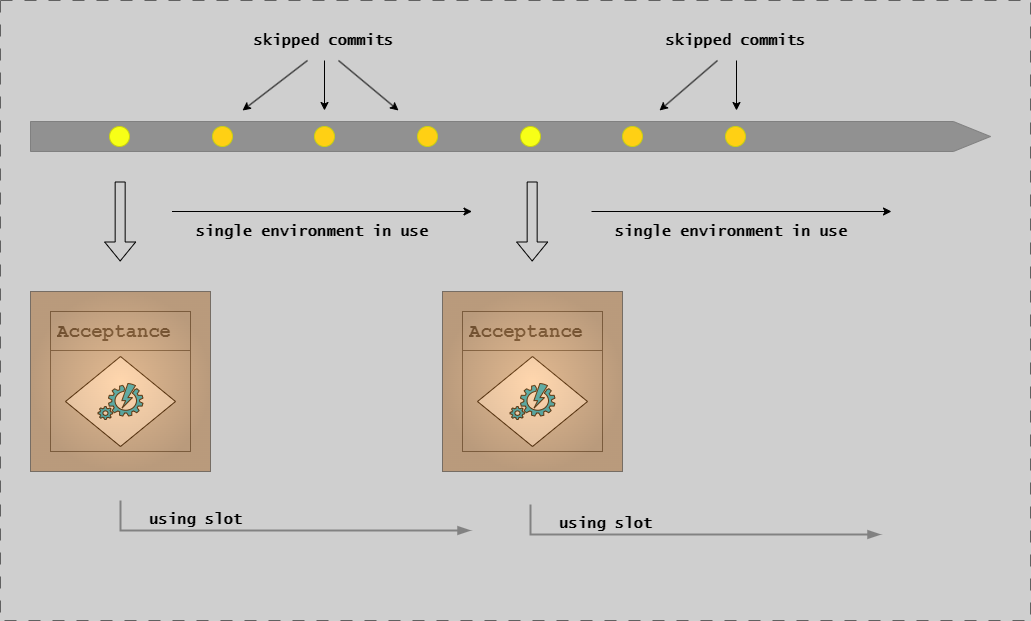
Above: docs/assets/cd-model/acceptance-single-entry.drawio.png in ready-to-release/eac (draw.io), before the change. Source tidied: cells renumbered, new cells last; positions are measured from the earlier drawing's top-left corner, leaving out a move shared by most shapes.
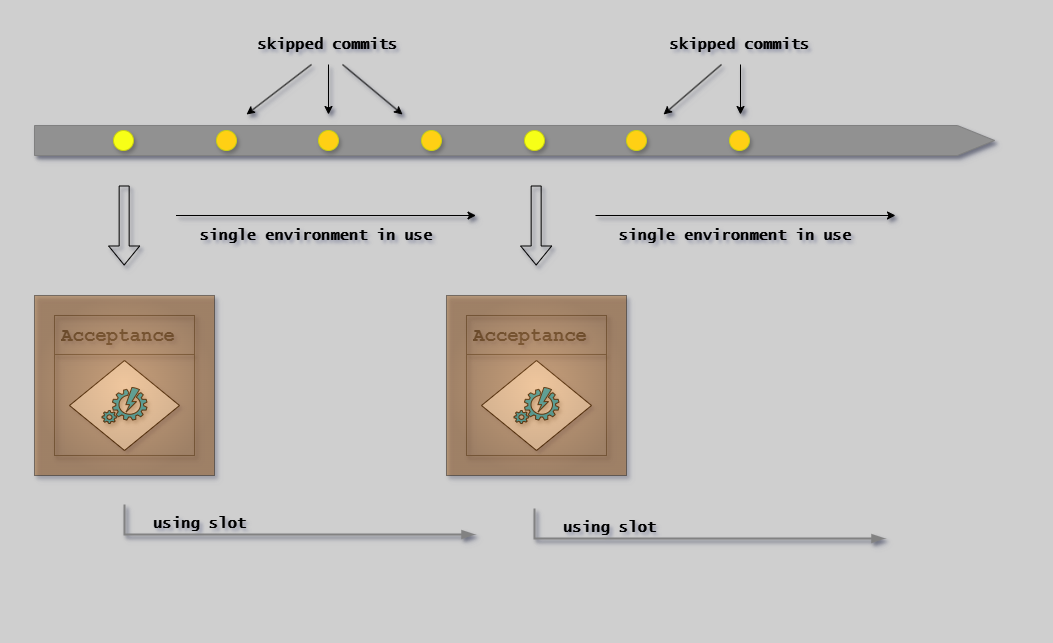
The same file after the commit.

Diff of the diagram source:
```diff
@@ -1,155 +1,155 @@
-<mxGraphModel background="#CFCFCF">
+<mxGraphModel background="#CFCFCF" shadow="1">
   <root>
     <mxCell id="0" />
     <mxCell id="1" parent="0" />
-    <mxCell id="2" style="group;strokeColor=#616161;dashed=1;dashPattern=12 12;" parent="1" vertex="1">
+    <mxCell id="2" style="group;strokeColor=none;dashed=1;dashPattern=12 12;shadow=1;" parent="1" vertex="1">
       <mxGeometry width="1030" height="620" as="geometry" />
     </mxCell>
-    <mxCell id="3" style="shape=singleArrow;whiteSpace=wrap;html=1;arrowWidth=1;arrowSize=0.03868852459016379;fillColor=#919191;strokeColor=#808080;" parent="1" vertex="1">
+    <mxCell id="3" style="shape=singleArrow;whiteSpace=wrap;html=1;arrowWidth=1;arrowSize=0.03868852459016379;fillColor=#919191;strokeColor=#808080;shadow=1;" parent="1" vertex="1">
       <mxGeometry x="30" y="121" width="960" height="30" as="geometry" />
     </mxCell>
-    <mxCell id="4" style="ellipse;whiteSpace=wrap;html=1;fillColor=#F7FF17;strokeColor=#C8CF13;flipH=1;" parent="1" vertex="1">
+    <mxCell id="4" style="ellipse;whiteSpace=wrap;html=1;fillColor=#F7FF17;strokeColor=#C8CF13;flipH=1;shadow=1;" parent="1" vertex="1">
       <mxGeometry x="109" y="126" width="20" height="20" as="geometry" />
     </mxCell>
-    <mxCell id="5" style="ellipse;whiteSpace=wrap;html=1;fillColor=#FFD014;strokeColor=#C8CF13;flipH=1;" parent="1" vertex="1">
+    <mxCell id="5" style="ellipse;whiteSpace=wrap;html=1;fillColor=#FFD014;strokeColor=#C8CF13;flipH=1;shadow=1;" parent="1" vertex="1">
       <mxGeometry x="212" y="126" width="20" height="20" as="geometry" />
     </mxCell>
-    <mxCell id="6" style="ellipse;whiteSpace=wrap;html=1;fillColor=#FFD014;strokeColor=#C8CF13;flipH=1;" parent="1" vertex="1">
+    <mxCell id="6" style="ellipse;whiteSpace=wrap;html=1;fillColor=#FFD014;strokeColor=#C8CF13;flipH=1;shadow=1;" parent="1" vertex="1">
       <mxGeometry x="314" y="126" width="20" height="20" as="geometry" />
     </mxCell>
-    <mxCell id="7" style="ellipse;whiteSpace=wrap;html=1;fillColor=#FFD014;strokeColor=#C8CF13;flipH=1;" parent="1" vertex="1">
+    <mxCell id="7" style="ellipse;whiteSpace=wrap;html=1;fillColor=#FFD014;strokeColor=#C8CF13;flipH=1;shadow=1;" parent="1" vertex="1">
       <mxGeometry x="417" y="126" width="20" height="20" as="geometry" />
     </mxCell>
-    <mxCell id="8" style="ellipse;whiteSpace=wrap;html=1;fillColor=#F7FF17;strokeColor=#C8CF13;flipH=1;" parent="1" vertex="1">
+    <mxCell id="8" style="ellipse;whiteSpace=wrap;html=1;fillColor=#F7FF17;strokeColor=#C8CF13;flipH=1;shadow=1;" parent="1" vertex="1">
       <mxGeometry x="520" y="126" width="20" height="20" as="geometry" />
     </mxCell>
-    <mxCell id="9" style="ellipse;whiteSpace=wrap;html=1;fillColor=#FFD014;strokeColor=#C8CF13;flipH=1;" parent="1" vertex="1">
+    <mxCell id="9" style="ellipse;whiteSpace=wrap;html=1;fillColor=#FFD014;strokeColor=#C8CF13;flipH=1;shadow=1;" parent="1" vertex="1">
       <mxGeometry x="622" y="126" width="20" height="20" as="geometry" />
     </mxCell>
-    <mxCell id="10" style="ellipse;whiteSpace=wrap;html=1;fillColor=#FFD014;strokeColor=#C8CF13;flipH=1;" parent="1" vertex="1">
+    <mxCell id="10" style="ellipse;whiteSpace=wrap;html=1;fillColor=#FFD014;strokeColor=#C8CF13;flipH=1;shadow=1;" parent="1" vertex="1">
       <mxGeometry x="725" y="126" width="20" height="20" as="geometry" />
     </mxCell>
-    <mxCell id="11" style="shape=flexArrow;endArrow=classic;html=1;rounded=0;" parent="1" edge="1">
+    <mxCell id="11" style="shape=flexArrow;endArrow=classic;html=1;rounded=0;shadow=1;" parent="1" edge="1">
       <mxGeometry relative="1" as="geometry">
         <mxPoint x="119.7" y="181" as="sourcePoint" />
         <mxPoint x="119.7" y="261" as="targetPoint" />
       </mxGeometry>
     </mxCell>
-    <mxCell id="12" style="group;" parent="1" vertex="1">
+    <mxCell id="12" style="group;shadow=1;" parent="1" vertex="1">
       <mxGeometry x="30" y="291" width="180" height="180" as="geometry" />
     </mxCell>
-    <mxCell id="13" style="group;strokeColor=#666666;fontFamily=Courier New;" parent="12" vertex="1">
+    <mxCell id="13" style="group;strokeColor=#666666;fontFamily=Courier New;shadow=1;" parent="12" vertex="1">
       <mxGeometry x="20" y="20" width="140" height="140" as="geometry" />
     </mxCell>
-    <mxCell id="14" value="&lt;h1&gt;&lt;span style=&quot;&quot;&gt;&lt;font style=&quot;font-size: 19px;&quot;&gt;Acceptance&lt;/font&gt;&lt;/span&gt;&lt;/h1&gt;" style="text;html=1;strokeColor=none;fillColor=none;spacing=5;spacingTop=-20;whiteSpace=wrap;overflow=hidden;rounded=0;fontStyle=1;fontFamily=Courier New;fontColor=#4D4D4D;" parent="12" vertex="1">
+    <mxCell id="14" value="&lt;h1&gt;&lt;span style=&quot;&quot;&gt;&lt;font style=&quot;font-size: 19px;&quot;&gt;Acceptance&lt;/font&gt;&lt;/span&gt;&lt;/h1&gt;" style="text;html=1;strokeColor=none;fillColor=none;spacing=5;spacingTop=-20;whiteSpace=wrap;overflow=hidden;rounded=0;fontStyle=1;fontFamily=Courier New;fontColor=#4D4D4D;shadow=1;" parent="12" vertex="1">
       <mxGeometry x="22" y="20" width="131" height="40" as="geometry" />
     </mxCell>
-    <mxCell id="15" style="endArrow=none;html=1;rounded=0;entryX=0.627;entryY=0.998;entryDx=0;entryDy=0;entryPerimeter=0;fontStyle=1;fontFamily=Lucida Console;fontColor=#4D4D4D;strokeColor=#666666;" parent="12" edge="1">
+    <mxCell id="15" style="endArrow=none;html=1;rounded=0;entryX=0.627;entryY=0.998;entryDx=0;entryDy=0;entryPerimeter=0;fontStyle=1;fontFamily=Lucida Console;fontColor=#4D4D4D;strokeColor=#666666;shadow=1;" parent="12" edge="1">
       <mxGeometry relative="1" as="geometry">
         <mxPoint x="20" y="59" as="sourcePoint" />
         <mxPoint x="160" y="59" as="targetPoint" />
       </mxGeometry>
     </mxCell>
-    <mxCell id="16" style="group;fontFamily=Lucida Console;fontSize=14;" parent="12" vertex="1">
+    <mxCell id="16" style="group;fontFamily=Lucida Console;fontSize=14;shadow=1;" parent="12" vertex="1">
       <mxGeometry x="35" y="65" width="110" height="90" as="geometry" />
     </mxCell>
     <mxCell id="17" style="rhombus;whiteSpace=wrap;html=1;shadow=0;fontFamily=Lucida Console;fontSize=14;align=center;strokeWidth=1;spacing=6;spacingTop=-4;strokeColor=#050505;fontStyle=1;" parent="16" vertex="1">
       <mxGeometry width="110" height="90" as="geometry" />
     </mxCell>
-    <mxCell id="18" value="&lt;span style=&quot;font-size: 14px;&quot;&gt;&lt;br style=&quot;font-size: 14px;&quot;&gt;&lt;/span&gt;" style="verticalLabelPosition=bottom;html=1;verticalAlign=top;align=center;strokeColor=#050505;fillColor=#00BEF2;shape=mxgraph.azure.automation;fontSize=14;fontStyle=1;fontFamily=Lucida Console;" parent="16" vertex="1">
+    <mxCell id="18" value="&lt;span style=&quot;font-size: 14px;&quot;&gt;&lt;br style=&quot;font-size: 14px;&quot;&gt;&lt;/span&gt;" style="verticalLabelPosition=bottom;html=1;verticalAlign=top;align=center;strokeColor=#050505;fillColor=#00BEF2;shape=mxgraph.azure.automation;fontSize=14;fontStyle=1;fontFamily=Lucida Console;shadow=1;" parent="16" vertex="1">
       <mxGeometry x="32.5" y="27" width="45" height="36" as="geometry" />
     </mxCell>
-    <mxCell id="19" style="group;strokeColor=default;fillColor=#FF9933;gradientColor=#994C00;gradientDirection=radial;opacity=40;fontFamily=Courier New;" parent="12" vertex="1">
+    <mxCell id="19" style="group;strokeColor=default;fillColor=#FF9933;gradientColor=#994C00;gradientDirection=radial;opacity=40;fontFamily=Courier New;shadow=1;" parent="12" vertex="1">
       <mxGeometry width="180" height="180" as="geometry" />
     </mxCell>
-    <mxCell id="20" style="shape=flexArrow;endArrow=classic;html=1;rounded=0;" parent="1" edge="1">
+    <mxCell id="20" style="shape=flexArrow;endArrow=classic;html=1;rounded=0;shadow=1;" parent="1" edge="1">
       <mxGeometry relative="1" as="geometry">
         <mxPoint x="531.7" y="181" as="sourcePoint" />
         <mxPoint x="531.7" y="261" as="targetPoint" />
       </mxGeometry>
     </mxCell>
-    <mxCell id="21" style="group;" parent="1" vertex="1">
+    <mxCell id="21" style="group;shadow=1;" parent="1" vertex="1">
       <mxGeometry x="442" y="291" width="180" height="180" as="geometry" />
     </mxCell>
-    <mxCell id="22" style="group;strokeColor=#666666;fontFamily=Courier New;" parent="21" vertex="1">
+    <mxCell id="22" style="group;strokeColor=#666666;fontFamily=Courier New;shadow=1;" parent="21" vertex="1">
       <mxGeometry x="20" y="20" width="140" height="140" as="geometry" />
     </mxCell>
-    <mxCell id="23" value="&lt;h1&gt;&lt;span style=&quot;&quot;&gt;&lt;font style=&quot;font-size: 19px;&quot;&gt;Acceptance&lt;/font&gt;&lt;/span&gt;&lt;/h1&gt;" style="text;html=1;strokeColor=none;fillColor=none;spacing=5;spacingTop=-20;whiteSpace=wrap;overflow=hidden;rounded=0;fontStyle=1;fontFamily=Courier New;fontColor=#4D4D4D;" parent="21" vertex="1">
+    <mxCell id="23" value="&lt;h1&gt;&lt;span style=&quot;&quot;&gt;&lt;font style=&quot;font-size: 19px;&quot;&gt;Acceptance&lt;/font&gt;&lt;/span&gt;&lt;/h1&gt;" style="text;html=1;strokeColor=none;fillColor=none;spacing=5;spacingTop=-20;whiteSpace=wrap;overflow=hidden;rounded=0;fontStyle=1;fontFamily=Courier New;fontColor=#4D4D4D;shadow=1;" parent="21" vertex="1">
       <mxGeometry x="22" y="20" width="131" height="40" as="geometry" />
     </mxCell>
-    <mxCell id="24" style="endArrow=none;html=1;rounded=0;entryX=0.627;entryY=0.998;entryDx=0;entryDy=0;entryPerimeter=0;fontStyle=1;fontFamily=Lucida Console;fontColor=#4D4D4D;strokeColor=#666666;" parent="21" edge="1">
+    <mxCell id="24" style="endArrow=none;html=1;rounded=0;entryX=0.627;entryY=0.998;entryDx=0;entryDy=0;entryPerimeter=0;fontStyle=1;fontFamily=Lucida Console;fontColor=#4D4D4D;strokeColor=#666666;shadow=1;" parent="21" edge="1">
       <mxGeometry relative="1" as="geometry">
         <mxPoint x="20" y="59" as="sourcePoint" />
         <mxPoint x="160" y="59" as="targetPoint" />
       </mxGeometry>
     </mxCell>
-    <mxCell id="25" style="group;fontFamily=Lucida Console;fontSize=14;" parent="21" vertex="1">
+    <mxCell id="25" style="group;fontFamily=Lucida Console;fontSize=14;shadow=1;" parent="21" vertex="1">
       <mxGeometry x="35" y="65" width="110" height="90" as="geometry" />
     </mxCell>
     <mxCell id="26" style="rhombus;whiteSpace=wrap;html=1;shadow=0;fontFamily=Lucida Console;fontSize=14;align=center;strokeWidth=1;spacing=6;spacingTop=-4;strokeColor=#050505;fontStyle=1;" parent="25" vertex="1">
       <mxGeometry width="110" height="90" as="geometry" />
     </mxCell>
-    <mxCell id="27" value="&lt;span style=&quot;font-size: 14px;&quot;&gt;&lt;br style=&quot;font-size: 14px;&quot;&gt;&lt;/span&gt;" style="verticalLabelPosition=bottom;html=1;verticalAlign=top;align=center;strokeColor=#050505;fillColor=#00BEF2;shape=mxgraph.azure.automation;fontSize=14;fontStyle=1;fontFamily=Lucida Console;" parent="25" vertex="1">
+    <mxCell id="27" value="&lt;span style=&quot;font-size: 14px;&quot;&gt;&lt;br style=&quot;font-size: 14px;&quot;&gt;&lt;/span&gt;" style="verticalLabelPosition=bottom;html=1;verticalAlign=top;align=center;strokeColor=#050505;fillColor=#00BEF2;shape=mxgraph.azure.automation;fontSize=14;fontStyle=1;fontFamily=Lucida Console;shadow=1;" parent="25" vertex="1">
       <mxGeometry x="32.5" y="27" width="45" height="36" as="geometry" />
     </mxCell>
-    <mxCell id="28" style="group;strokeColor=default;fillColor=#FF9933;gradientColor=#994C00;gradientDirection=radial;opacity=40;fontFamily=Courier New;" parent="21" vertex="1">
+    <mxCell id="28" style="group;strokeColor=default;fillColor=#FF9933;gradientColor=#994C00;gradientDirection=radial;opacity=40;fontFamily=Courier New;shadow=1;" parent="21" vertex="1">
       <mxGeometry width="180" height="180" as="geometry" />
     </mxCell>
-    <mxCell id="29" style="endArrow=classic;html=1;rounded=0;" parent="1" edge="1">
+    <mxCell id="29" style="endArrow=classic;html=1;rounded=0;shadow=1;" parent="1" edge="1">
       <mxGeometry relative="1" as="geometry">
         <mxPoint x="591" y="211" as="sourcePoint" />
         <mxPoint x="891" y="211" as="targetPoint" />
       </mxGeometry>
     </mxCell>
-    <mxCell id="30" value="&lt;font size=&quot;1&quot; face=&quot;Lucida Console&quot;&gt;&lt;b style=&quot;font-size: 15px;&quot;&gt;skipped commits&lt;br&gt;&lt;/b&gt;&lt;/font&gt;" style="text;html=1;strokeColor=none;fillColor=none;align=center;verticalAlign=middle;whiteSpace=wrap;rounded=0;" parent="1" vertex="1">
+    <mxCell id="30" value="&lt;font size=&quot;1&quot; face=&quot;Lucida Console&quot;&gt;&lt;b style=&quot;font-size: 15px;&quot;&gt;skipped commits&lt;br&gt;&lt;/b&gt;&lt;/font&gt;" style="text;html=1;strokeColor=none;fillColor=none;align=center;verticalAlign=middle;whiteSpace=wrap;rounded=0;shadow=1;" parent="1" vertex="1">
       <mxGeometry x="249" y="30" width="149" height="20" as="geometry" />
     </mxCell>
-    <mxCell id="31" style="endArrow=classic;html=1;rounded=0;" parent="1" edge="1">
+    <mxCell id="31" style="endArrow=classic;html=1;rounded=0;shadow=1;" parent="1" edge="1">
       <mxGeometry relative="1" as="geometry">
         <mxPoint x="307" y="60" as="sourcePoint" />
         <mxPoint x="242" y="110" as="targetPoint" />
       </mxGeometry>
     </mxCell>
-    <mxCell id="32" style="endArrow=classic;html=1;rounded=0;" parent="1" edge="1">
+    <mxCell id="32" style="endArrow=classic;html=1;rounded=0;shadow=1;" parent="1" edge="1">
       <mxGeometry relative="1" as="geometry">
         <mxPoint x="338" y="60" as="sourcePoint" />
         <mxPoint x="398" y="110" as="targetPoint" />
       </mxGeometry>
     </mxCell>
-    <mxCell id="33" style="endArrow=classic;html=1;rounded=0;" parent="1" edge="1">
+    <mxCell id="33" style="endArrow=classic;html=1;rounded=0;shadow=1;" parent="1" edge="1">
       <mxGeometry relative="1" as="geometry">
         <mxPoint x="324" y="60" as="sourcePoint" />
         <mxPoint x="324" y="110" as="targetPoint" />
       </mxGeometry>
     </mxCell>
-    <mxCell id="34" value="&lt;font size=&quot;1&quot; face=&quot;Lucida Console&quot;&gt;&lt;b style=&quot;font-size: 15px;&quot;&gt;skipped commits&lt;br&gt;&lt;/b&gt;&lt;/font&gt;" style="text;html=1;strokeColor=none;fillColor=none;align=center;verticalAlign=middle;whiteSpace=wrap;rounded=0;" parent="1" vertex="1">
+    <mxCell id="34" value="&lt;font size=&quot;1&quot; face=&quot;Lucida Console&quot;&gt;&lt;b style=&quot;font-size: 15px;&quot;&gt;skipped commits&lt;br&gt;&lt;/b&gt;&lt;/font&gt;" style="text;html=1;strokeColor=none;fillColor=none;align=center;verticalAlign=middle;whiteSpace=wrap;rounded=0;shadow=1;" parent="1" vertex="1">
       <mxGeometry x="661" y="30" width="149" height="20" as="geometry" />
     </mxCell>
-    <mxCell id="35" style="endArrow=classic;html=1;rounded=0;" parent="1" edge="1">
+    <mxCell id="35" style="endArrow=classic;html=1;rounded=0;shadow=1;" parent="1" edge="1">
       <mxGeometry relative="1" as="geometry">
         <mxPoint x="717" y="60" as="sourcePoint" />
         <mxPoint x="659" y="110" as="targetPoint" />
       </mxGeometry>
     </mxCell>
-    <mxCell id="36" style="endArrow=classic;html=1;rounded=0;" parent="1" edge="1">
+    <mxCell id="36" style="endArrow=classic;html=1;rounded=0;shadow=1;" parent="1" edge="1">
       <mxGeometry relative="1" as="geometry">
         <mxPoint x="736" y="60" as="sourcePoint" />
         <mxPoint x="736" y="110" as="targetPoint" />
       </mxGeometry>
     </mxCell>
-    <mxCell id="37" value="&lt;font size=&quot;1&quot; face=&quot;Lucida Console&quot;&gt;&lt;b style=&quot;font-size: 15px;&quot;&gt;single environment in use&lt;br&gt;&lt;/b&gt;&lt;/font&gt;" style="text;html=1;strokeColor=none;fillColor=none;align=center;verticalAlign=middle;whiteSpace=wrap;rounded=0;" parent="1" vertex="1">
+    <mxCell id="37" value="&lt;font size=&quot;1&quot; face=&quot;Lucida Console&quot;&gt;&lt;b style=&quot;font-size: 15px;&quot;&gt;single environment in use&lt;br&gt;&lt;/b&gt;&lt;/font&gt;" style="text;html=1;strokeColor=none;fillColor=none;align=center;verticalAlign=middle;whiteSpace=wrap;rounded=0;shadow=1;" parent="1" vertex="1">
       <mxGeometry x="601" y="221" width="260" height="20" as="geometry" />
     </mxCell>
-    <mxCell id="38" style="endArrow=classic;html=1;rounded=0;" parent="1" edge="1">
+    <mxCell id="38" style="endArrow=classic;html=1;rounded=0;shadow=1;" parent="1" edge="1">
       <mxGeometry relative="1" as="geometry">
         <mxPoint x="171.5" y="211" as="sourcePoint" />
         <mxPoint x="471.5" y="211" as="targetPoint" />
       </mxGeometry>
     </mxCell>
-    <mxCell id="39" value="&lt;font size=&quot;1&quot; face=&quot;Lucida Console&quot;&gt;&lt;b style=&quot;font-size: 15px;&quot;&gt;single environment in use&lt;br&gt;&lt;/b&gt;&lt;/font&gt;" style="text;html=1;strokeColor=none;fillColor=none;align=center;verticalAlign=middle;whiteSpace=wrap;rounded=0;" parent="1" vertex="1">
+    <mxCell id="39" value="&lt;font size=&quot;1&quot; face=&quot;Lucida Console&quot;&gt;&lt;b style=&quot;font-size: 15px;&quot;&gt;single environment in use&lt;br&gt;&lt;/b&gt;&lt;/font&gt;" style="text;html=1;strokeColor=none;fillColor=none;align=center;verticalAlign=middle;whiteSpace=wrap;rounded=0;shadow=1;" parent="1" vertex="1">
       <mxGeometry x="181.5" y="221" width="260" height="20" as="geometry" />
     </mxCell>
-    <mxCell id="40" style="edgeStyle=segmentEdgeStyle;endArrow=blockThin;html=1;curved=0;rounded=0;endSize=8;startSize=8;strokeColor=#828282;endFill=1;strokeWidth=2;" parent="1" edge="1">
+    <mxCell id="40" style="edgeStyle=segmentEdgeStyle;endArrow=blockThin;html=1;curved=0;rounded=0;endSize=8;startSize=8;strokeColor=#828282;endFill=1;strokeWidth=2;shadow=1;" parent="1" edge="1">
       <mxGeometry relative="1" as="geometry">
         <mxPoint x="120" y="500" as="sourcePoint" />
         <mxPoint x="470" y="530" as="targetPoint" />
@@ -158,10 +158,10 @@
         </Array>
       </mxGeometry>
     </mxCell>
-    <mxCell id="41" value="&lt;font size=&quot;1&quot; face=&quot;Lucida Console&quot;&gt;&lt;b style=&quot;font-size: 15px;&quot;&gt;using slot&lt;br&gt;&lt;/b&gt;&lt;/font&gt;" style="text;html=1;strokeColor=none;fillColor=none;align=center;verticalAlign=middle;whiteSpace=wrap;rounded=0;" parent="1" vertex="1">
+    <mxCell id="41" value="&lt;font size=&quot;1&quot; face=&quot;Lucida Console&quot;&gt;&lt;b style=&quot;font-size: 15px;&quot;&gt;using slot&lt;br&gt;&lt;/b&gt;&lt;/font&gt;" style="text;html=1;strokeColor=none;fillColor=none;align=center;verticalAlign=middle;whiteSpace=wrap;rounded=0;shadow=1;" parent="1" vertex="1">
       <mxGeometry x="120" y="509" width="151" height="20" as="geometry" />
     </mxCell>
-    <mxCell id="42" style="edgeStyle=segmentEdgeStyle;endArrow=blockThin;html=1;curved=0;rounded=0;endSize=8;startSize=8;strokeColor=#828282;endFill=1;strokeWidth=2;" parent="1" edge="1">
+    <mxCell id="42" style="edgeStyle=segmentEdgeStyle;endArrow=blockThin;html=1;curved=0;rounded=0;endSize=8;startSize=8;strokeColor=#828282;endFill=1;strokeWidth=2;shadow=1;" parent="1" edge="1">
       <mxGeometry relative="1" as="geometry">
         <mxPoint x="530" y="504" as="sourcePoint" />
         <mxPoint x="880" y="534" as="targetPoint" />
@@ -170,7 +170,7 @@
         </Array>
       </mxGeometry>
     </mxCell>
-    <mxCell id="43" value="&lt;font size=&quot;1&quot; face=&quot;Lucida Console&quot;&gt;&lt;b style=&quot;font-size: 15px;&quot;&gt;using slot&lt;br&gt;&lt;/b&gt;&lt;/font&gt;" style="text;html=1;strokeColor=none;fillColor=none;align=center;verticalAlign=middle;whiteSpace=wrap;rounded=0;" parent="1" vertex="1">
+    <mxCell id="43" value="&lt;font size=&quot;1&quot; face=&quot;Lucida Console&quot;&gt;&lt;b style=&quot;font-size: 15px;&quot;&gt;using slot&lt;br&gt;&lt;/b&gt;&lt;/font&gt;" style="text;html=1;strokeColor=none;fillColor=none;align=center;verticalAlign=middle;whiteSpace=wrap;rounded=0;shadow=1;" parent="1" vertex="1">
       <mxGeometry x="530" y="513" width="151" height="20" as="geometry" />
     </mxCell>
   </root>
```
